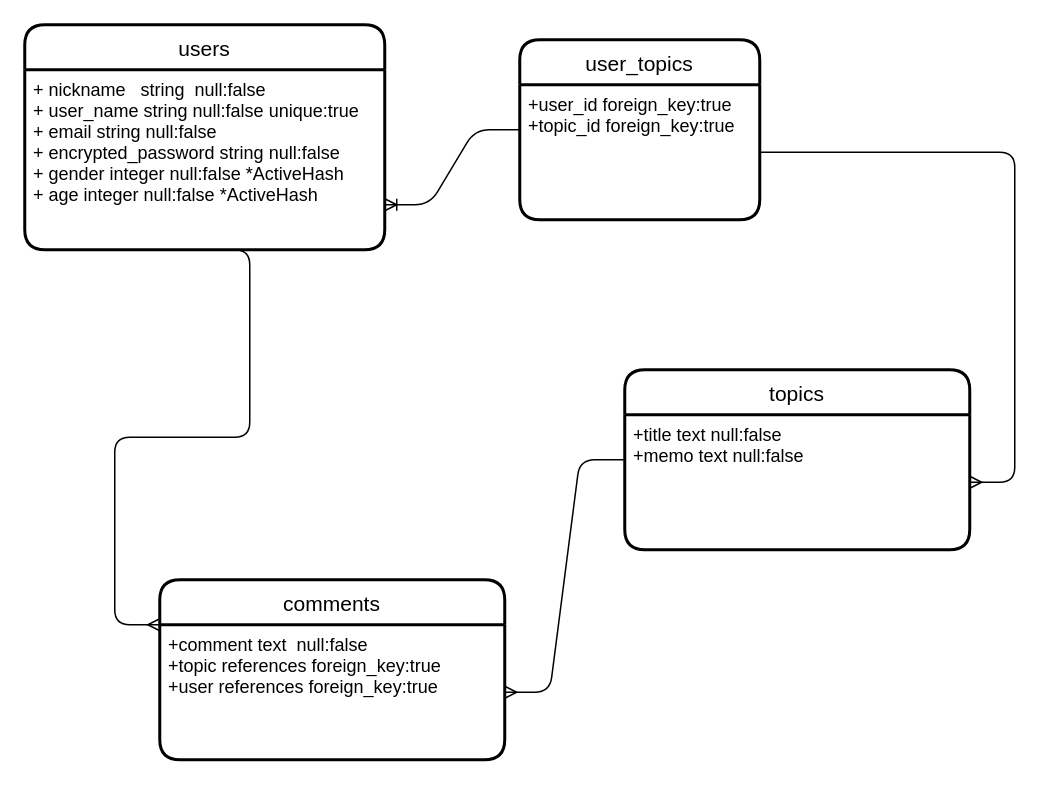
The draw.io diagram ER.dio in sekimosan/shovelu, before the edit. Source tidied: cells renumbered, new cells numbered last; positions are measured from the earlier drawing's top-left corner, leaving out a move shared by most shapes. Both pictures are drawn from the tidied source at 150%, with x=0, y=0 at pixel (24, 24).
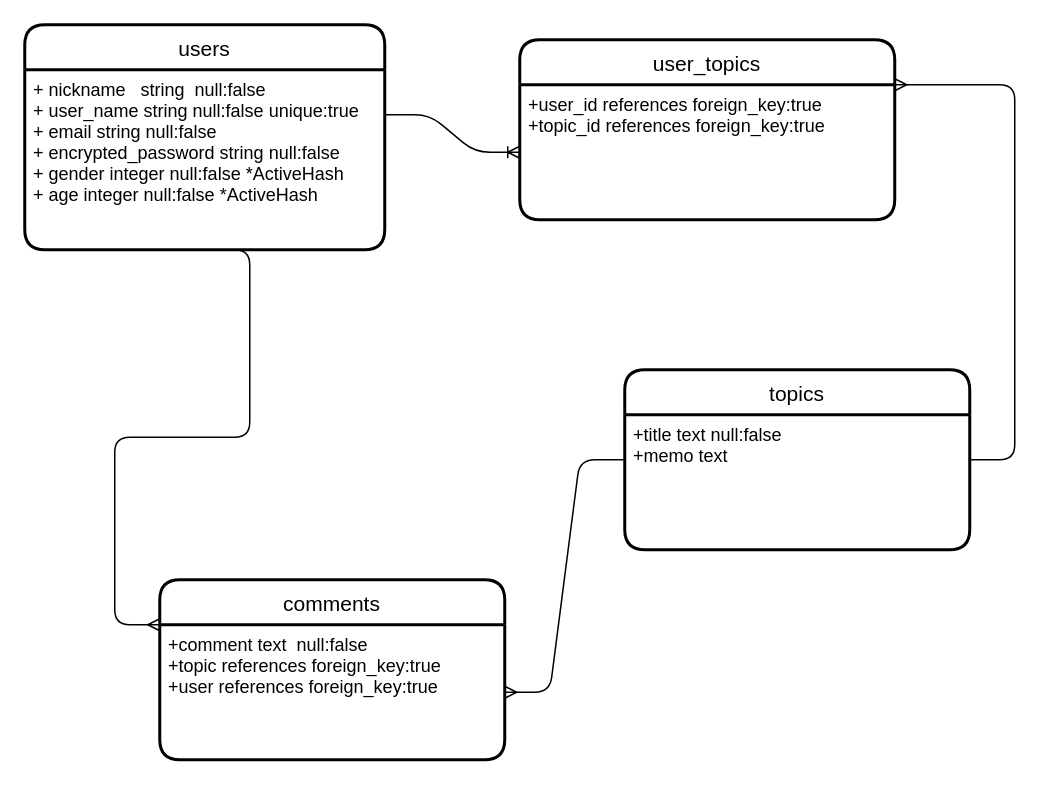
The same diagram, later.

Diff of the diagram source:
```diff
@@
 <mxGraphModel>
   <root>
     <mxCell id="0" />
     <mxCell id="1" parent="0" />
     <mxCell id="2" value="users" style="swimlane;horizontal=1;startSize=30;rounded=1;fontSize=14;fontStyle=0;strokeWidth=2;shadow=0;dashed=0;align=center;" parent="1" vertex="1">
       <mxGeometry width="240" height="150" as="geometry" />
     </mxCell>
     <mxCell id="3" style="edgeStyle=none;rounded=0;jettySize=auto;html=1;entryX=0;entryY=0.5;entryDx=0;entryDy=0;" parent="2" edge="1" source="4" target="2">
       <mxGeometry relative="1" as="geometry" />
     </mxCell>
     <mxCell id="4" value="+ nickname   string  null:false&#10;+ user_name string null:false unique:true&#10;+ email string null:false&#10;+ encrypted_password string null:false&#10;+ gender integer null:false *ActiveHash&#10;+ age integer null:false *ActiveHash&#10;" style="align=left;strokeColor=none;fillColor=none;spacingLeft=4;fontSize=12;verticalAlign=top;" parent="2" vertex="1">
       <mxGeometry y="30" width="240" height="120" as="geometry" />
     </mxCell>
     <mxCell id="5" value="topics" style="swimlane;horizontal=1;startSize=30;rounded=1;fontSize=14;fontStyle=0;strokeWidth=2;shadow=0;dashed=0;align=center;" parent="1" vertex="1">
       <mxGeometry x="400" y="230" width="230" height="120" as="geometry" />
     </mxCell>
-    <mxCell id="6" value="+title text null:false&#10;+memo text null:false" style="align=left;strokeColor=none;fillColor=none;spacingLeft=4;fontSize=12;verticalAlign=top;" parent="5" vertex="1">
+    <mxCell id="6" value="+title text null:false&#10;+memo text " style="align=left;strokeColor=none;fillColor=none;spacingLeft=4;fontSize=12;verticalAlign=top;" parent="5" vertex="1">
       <mxGeometry y="30" width="230" height="90" as="geometry" />
     </mxCell>
     <mxCell id="7" style="edgeStyle=orthogonalEdgeStyle;rounded=0;orthogonalLoop=1;jettySize=auto;html=1;exitX=0.5;exitY=1;exitDx=0;exitDy=0;" parent="5" edge="1" source="6" target="6">
       <mxGeometry relative="1" as="geometry" />
     </mxCell>
     <mxCell id="8" value="comments" style="swimlane;horizontal=1;startSize=30;rounded=1;fontSize=14;fontStyle=0;strokeWidth=2;shadow=0;dashed=0;align=center;" parent="1" vertex="1">
       <mxGeometry x="90" y="370" width="230" height="120" as="geometry" />
     </mxCell>
     <mxCell id="9" value="+comment text  null:false&#10;+topic references foreign_key:true&#10;+user references foreign_key:true" style="align=left;strokeColor=none;fillColor=none;spacingLeft=4;fontSize=12;verticalAlign=top;" parent="8" vertex="1">
       <mxGeometry y="30" width="230" height="90" as="geometry" />
     </mxCell>
     <mxCell id="10" style="edgeStyle=entityRelationEdgeStyle;fontSize=12;html=1;endArrow=ERmany;exitX=0;exitY=0.5;exitDx=0;exitDy=0;entryX=1;entryY=0.5;entryDx=0;entryDy=0;" parent="1" edge="1" source="5" target="9">
       <mxGeometry relative="1" as="geometry" />
     </mxCell>
     <mxCell id="11" value="user_topics" style="swimlane;horizontal=1;startSize=30;rounded=1;fontSize=14;fontStyle=0;strokeWidth=2;shadow=0;dashed=0;align=center;" parent="1" vertex="1">
-      <mxGeometry x="330" y="10" width="160" height="120" as="geometry" />
+      <mxGeometry x="330" y="10" width="250" height="120" as="geometry" />
     </mxCell>
-    <mxCell id="12" value="+user_id foreign_key:true&#10;+topic_id foreign_key:true" style="align=left;strokeColor=none;fillColor=none;spacingLeft=4;fontSize=12;verticalAlign=top;" parent="11" vertex="1">
-      <mxGeometry y="30" width="160" height="90" as="geometry" />
+    <mxCell id="12" value="+user_id references foreign_key:true&#10;+topic_id references foreign_key:true" style="align=left;strokeColor=none;fillColor=none;spacingLeft=4;fontSize=12;verticalAlign=top;" parent="11" vertex="1">
+      <mxGeometry y="30" width="250" height="90" as="geometry" />
     </mxCell>
+    <mxCell id="15" style="edgeStyle=entityRelationEdgeStyle;fontSize=12;html=1;endArrow=ERmany;exitX=0.5;exitY=1;exitDx=0;exitDy=0;" parent="1" edge="1" source="4">
+      <mxGeometry relative="1" as="geometry">
+        <mxPoint x="90" y="400" as="targetPoint" />
+      </mxGeometry>
+    </mxCell>
-    <mxCell id="13" style="edgeStyle=entityRelationEdgeStyle;fontSize=12;html=1;endArrow=ERoneToMany;exitX=0;exitY=0.5;exitDx=0;exitDy=0;entryX=1;entryY=0.75;entryDx=0;entryDy=0;" parent="1" edge="1" source="11" target="4">
+    <mxCell id="13" style="edgeStyle=entityRelationEdgeStyle;fontSize=12;html=1;endArrow=ERoneToMany;exitX=1;exitY=0.25;exitDx=0;exitDy=0;" parent="1" edge="1" source="4" target="12">
       <mxGeometry relative="1" as="geometry" />
     </mxCell>
-    <mxCell id="14" style="edgeStyle=entityRelationEdgeStyle;fontSize=12;html=1;endArrow=ERmany;exitX=1;exitY=0.5;exitDx=0;exitDy=0;" parent="1" edge="1" source="12" target="6">
+    <mxCell id="14" style="edgeStyle=entityRelationEdgeStyle;fontSize=12;html=1;endArrow=ERmany;entryX=1;entryY=0;entryDx=0;entryDy=0;" parent="1" edge="1" source="5" target="12">
       <mxGeometry relative="1" as="geometry" />
     </mxCell>
-    <mxCell id="15" style="edgeStyle=entityRelationEdgeStyle;fontSize=12;html=1;endArrow=ERmany;exitX=0.5;exitY=1;exitDx=0;exitDy=0;" parent="1" edge="1" source="4">
-      <mxGeometry relative="1" as="geometry">
-        <mxPoint x="90" y="400" as="targetPoint" />
-      </mxGeometry>
-    </mxCell>
   </root>
 </mxGraphModel>
```
